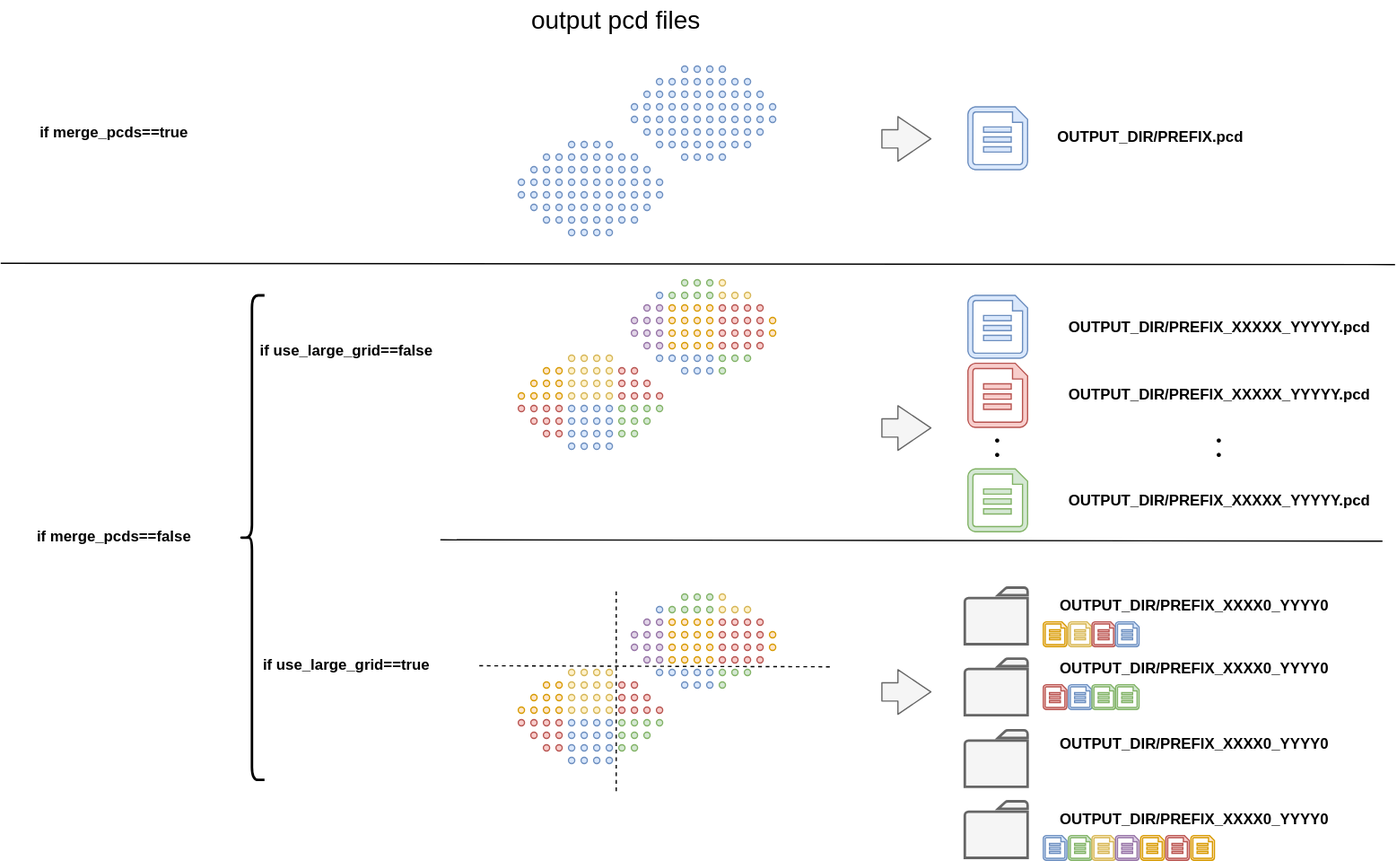
Above: docs/output_file_name_pattern.drawio.svg in MapIV/pointcloud_divider (draw.io), before the change. Source tidied: cells renumbered, new cells last; positions are measured from the earlier drawing's top-left corner, leaving out a move shared by most shapes.
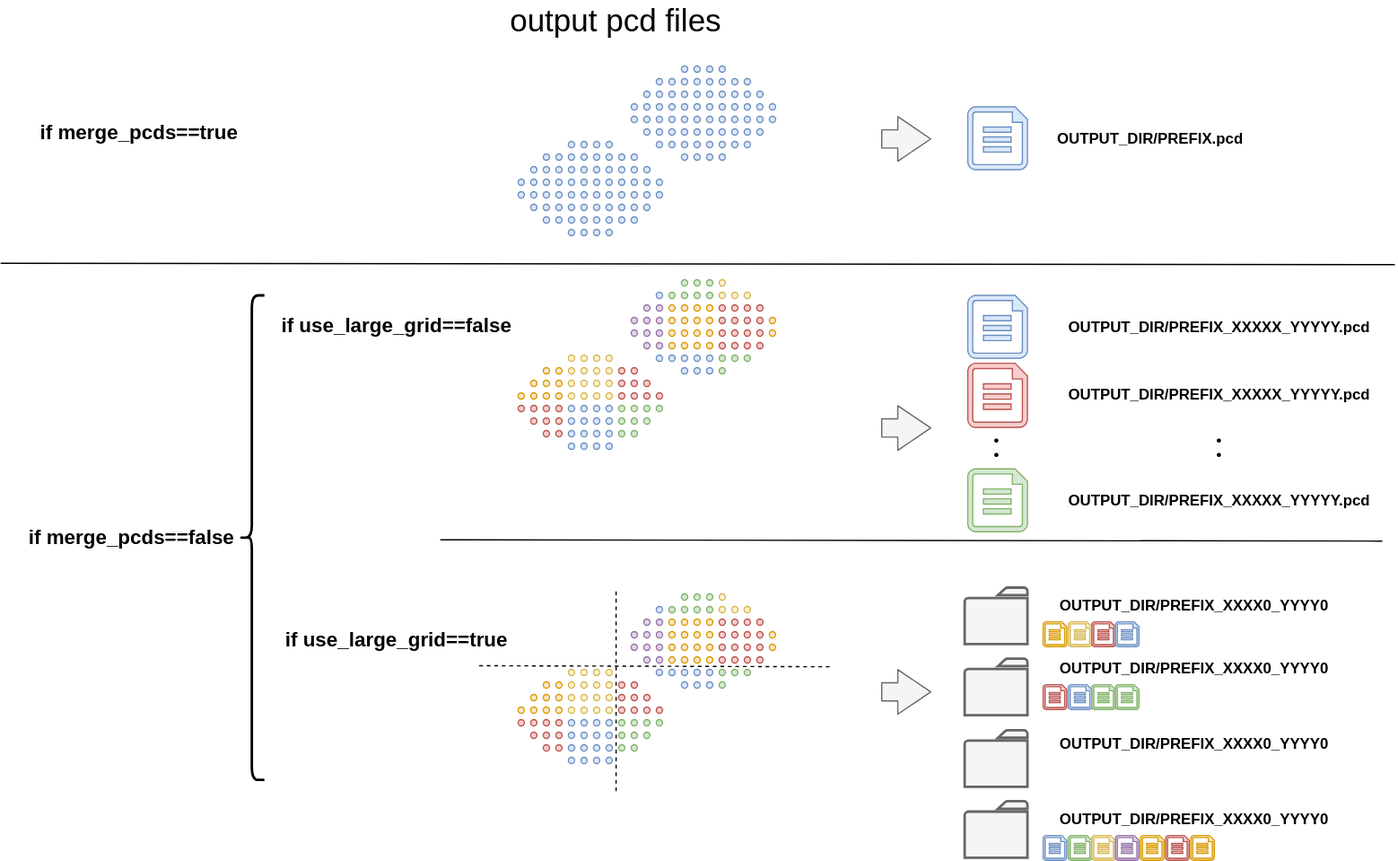
After the change.

Commit message:
refine figures

Diff of the diagram source:
```diff
@@ -824,7 +824,7 @@
     <mxCell id="275" style="ellipse;whiteSpace=wrap;html=1;fillColor=#ffe6cc;strokeColor=#d79b00;" parent="139" vertex="1">
       <mxGeometry x="30" y="70" width="5" height="5" as="geometry" />
     </mxCell>
-    <mxCell id="276" value="output pcd files" style="text;html=1;strokeColor=none;fillColor=none;align=center;verticalAlign=middle;whiteSpace=wrap;rounded=0;opacity=20;fontSize=20;" parent="1" vertex="1">
+    <mxCell id="276" value="output pcd files" style="text;html=1;strokeColor=none;fillColor=none;align=center;verticalAlign=middle;whiteSpace=wrap;rounded=0;opacity=20;fontSize=25;" parent="1" vertex="1">
       <mxGeometry x="390" width="200" height="30" as="geometry" />
     </mxCell>
     <mxCell id="277" style="endArrow=none;html=1;fontSize=20;startSize=1;endSize=1;" parent="1" edge="1">
@@ -833,11 +833,11 @@
         <mxPoint y="209" as="targetPoint" />
       </mxGeometry>
     </mxCell>
-    <mxCell id="278" value="if merge_pcds==true" style="text;html=1;align=center;verticalAlign=middle;strokeColor=none;fillColor=none;fontStyle=1;" parent="1" vertex="1">
-      <mxGeometry x="20" y="90" width="140" height="30" as="geometry" />
+    <mxCell id="278" value="if merge_pcds==true" style="text;html=1;align=center;verticalAlign=middle;strokeColor=none;fillColor=none;fontStyle=1;fontSize=16;" parent="1" vertex="1">
+      <mxGeometry x="20" y="90" width="180" height="30" as="geometry" />
     </mxCell>
-    <mxCell id="279" value="if merge_pcds==false" style="text;html=1;align=center;verticalAlign=middle;strokeColor=none;fillColor=none;fontStyle=1;" parent="1" vertex="1">
-      <mxGeometry x="15" y="412.2" width="150" height="30" as="geometry" />
+    <mxCell id="279" value="if merge_pcds==false" style="text;html=1;align=center;verticalAlign=middle;strokeColor=none;fillColor=none;fontStyle=1;fontSize=16;" parent="1" vertex="1">
+      <mxGeometry x="9" y="412.2" width="190" height="30" as="geometry" />
     </mxCell>
     <mxCell id="280" value="OUTPUT_DIR/PREFIX.pcd" style="text;html=1;align=center;verticalAlign=middle;strokeColor=none;fillColor=none;fontStyle=1;" parent="1" vertex="1">
       <mxGeometry x="830" y="94.5" width="170" height="30" as="geometry" />
@@ -878,11 +878,11 @@
     <mxCell id="290" style="shape=curlyBracket;whiteSpace=wrap;html=1;rounded=1;labelPosition=left;verticalLabelPosition=middle;align=right;verticalAlign=middle;strokeWidth=2;" parent="1" vertex="1">
       <mxGeometry x="190" y="234.5" width="20" height="385.5" as="geometry" />
     </mxCell>
-    <mxCell id="291" value="if use_large_grid==false" style="text;html=1;align=center;verticalAlign=middle;strokeColor=none;fillColor=none;fontStyle=1;" parent="1" vertex="1">
-      <mxGeometry x="195" y="264" width="160" height="30" as="geometry" />
+    <mxCell id="291" value="if use_large_grid==false" style="text;html=1;align=center;verticalAlign=middle;strokeColor=none;fillColor=none;fontStyle=1;fontSize=16;" parent="1" vertex="1">
+      <mxGeometry x="210" y="243" width="210" height="30" as="geometry" />
     </mxCell>
-    <mxCell id="292" value="if use_large_grid==true" style="text;html=1;align=center;verticalAlign=middle;strokeColor=none;fillColor=none;fontStyle=1;" parent="1" vertex="1">
-      <mxGeometry x="195" y="514" width="160" height="30" as="geometry" />
+    <mxCell id="292" value="if use_large_grid==true" style="text;html=1;align=center;verticalAlign=middle;strokeColor=none;fillColor=none;fontStyle=1;fontSize=16;" parent="1" vertex="1">
+      <mxGeometry x="215" y="493" width="200" height="30" as="geometry" />
     </mxCell>
     <mxCell id="293" style="endArrow=none;html=1;fontSize=20;startSize=1;endSize=1;" parent="1" edge="1">
       <mxGeometry relative="1" as="geometry">
```
